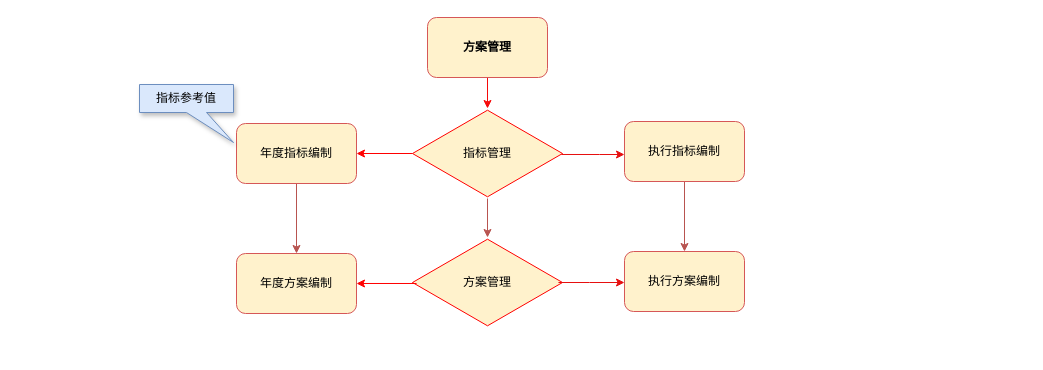
Earlier version of the draw.io diagram 资源调控.drawio (jetluo/jetluo.github.io). Source tidied: cells renumbered, new cells numbered last; positions are measured from the earlier drawing's top-left corner, leaving out a move shared by most shapes. Both pictures are drawn from the tidied source at 100%, with x=0, y=0 at pixel (139, 17).
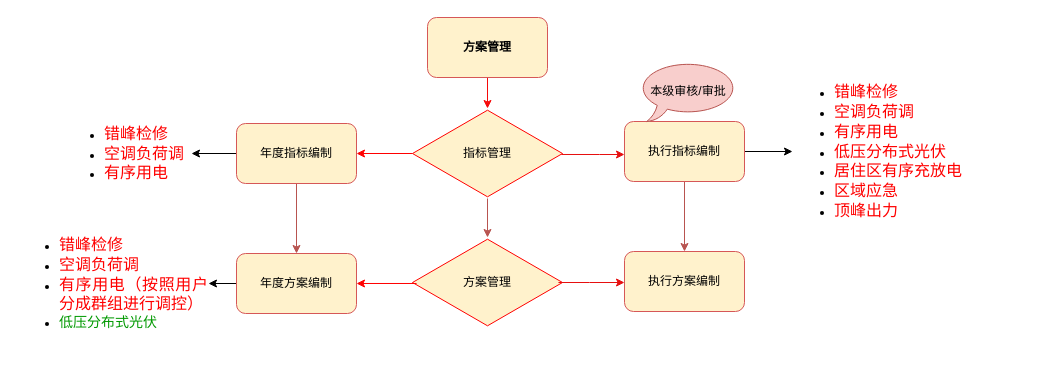
Above is the later version.

Commit message:
更新资源调控.drawio

The change refers to these unchanged cells:
```xml
<mxCell id="9" value="年度指标编制" style="rounded=1;whiteSpace=wrap;html=1;fillColor=#fff2cc;strokeColor=light-dark(#d65757, #6d5100);" parent="1" vertex="1">
  <mxGeometry x="97" y="106" width="120" height="60" as="geometry" />
</mxCell>
<mxCell id="11" value="执行指标编制" style="rounded=1;whiteSpace=wrap;html=1;fillColor=#fff2cc;strokeColor=light-dark(#d65757, #6d5100);" parent="1" vertex="1">
  <mxGeometry x="485" y="104" width="120" height="60" as="geometry" />
</mxCell>
<mxCell id="16" value="年度方案编制" style="rounded=1;whiteSpace=wrap;html=1;fillColor=#fff2cc;strokeColor=light-dark(#d65757, #6d5100);" parent="1" vertex="1">
  <mxGeometry x="97" y="236" width="120" height="60" as="geometry" />
</mxCell>
```

Diff of the diagram source:
```diff
@@
+    <mxCell id="18" style="edgeStyle=orthogonalEdgeStyle;rounded=0;jettySize=auto;html=1;" parent="1" edge="1" source="9" target="22">
+      <mxGeometry relative="1" as="geometry" />
+    </mxCell>
@@
+    <mxCell id="19" style="edgeStyle=orthogonalEdgeStyle;rounded=0;jettySize=auto;html=1;" parent="1" edge="1" source="11" target="24">
+      <mxGeometry relative="1" as="geometry" />
+    </mxCell>
@@
-    <mxCell id="12" value="指标参考值" style="shape=callout;whiteSpace=wrap;html=1;perimeter=calloutPerimeter;position2=1;shadow=1;fillColor=#dae8fc;strokeColor=#6c8ebf;" parent="1" vertex="1">
-      <mxGeometry y="67" width="94" height="58" as="geometry" />
-    </mxCell>
@@
+    <mxCell id="20" style="edgeStyle=orthogonalEdgeStyle;rounded=0;jettySize=auto;html=1;entryX=1;entryY=0.5;entryDx=0;entryDy=0;" parent="1" edge="1" source="16" target="23">
+      <mxGeometry relative="1" as="geometry" />
+    </mxCell>
@@
+    <mxCell id="21" value="本级审核/审批" style="whiteSpace=wrap;html=1;shape=mxgraph.basic.oval_callout;fillColor=#f8cecc;strokeColor=#b85450;" parent="1" vertex="1">
+      <mxGeometry x="499" y="44" width="100" height="60" as="geometry" />
+    </mxCell>
+    <mxCell id="22" value="&lt;ul&gt;&lt;li&gt;&lt;p style=&quot;margin: 0pt 0pt 0.0001pt; text-align: justify; font-family: &amp;quot;Times New Roman&amp;quot;; font-size: 10.5pt;&quot; class=&quot;MsoNormal&quot;&gt;&lt;span style=&quot;font-size: 12pt;&quot;&gt;&lt;font style=&quot;color: rgb(255, 0, 0);&quot; face=&quot;宋体&quot;&gt;错峰检修&lt;/font&gt;&lt;/span&gt;&lt;/p&gt;&lt;/li&gt;&lt;li&gt;&lt;p style=&quot;margin: 0pt 0pt 0.0001pt; text-align: justify; font-family: &amp;quot;Times New Roman&amp;quot;; font-size: 10.5pt;&quot; class=&quot;MsoNormal&quot;&gt;&lt;span style=&quot;font-size: 12pt;&quot;&gt;&lt;font style=&quot;color: rgb(255, 0, 0);&quot; face=&quot;宋体&quot;&gt;空调负荷调&lt;/font&gt;&lt;/span&gt;&lt;/p&gt;&lt;/li&gt;&lt;li&gt;&lt;p style=&quot;margin: 0pt 0pt 0.0001pt; text-align: justify; font-family: &amp;quot;Times New Roman&amp;quot;; font-size: 10.5pt;&quot; class=&quot;MsoNormal&quot;&gt;&lt;span style=&quot;font-size: 12pt;&quot;&gt;&lt;font style=&quot;color: rgb(255, 0, 0);&quot; face=&quot;宋体&quot;&gt;有序用电&lt;/font&gt;&lt;/span&gt;&lt;/p&gt;&lt;/li&gt;&lt;/ul&gt;" style="text;strokeColor=none;fillColor=none;html=1;whiteSpace=wrap;verticalAlign=middle;overflow=hidden;" parent="1" vertex="1">
+      <mxGeometry x="-77" y="92" width="129" height="88" as="geometry" />
+    </mxCell>
+    <mxCell id="23" value="&lt;ul&gt;&lt;li&gt;&lt;p style=&quot;margin: 0pt 0pt 0.0001pt; text-align: justify; font-family: &amp;quot;Times New Roman&amp;quot;; font-size: 10.5pt;&quot; class=&quot;MsoNormal&quot;&gt;&lt;span style=&quot;font-size: 12pt;&quot;&gt;&lt;font style=&quot;color: rgb(255, 0, 0);&quot; face=&quot;宋体&quot;&gt;错峰检修&lt;/font&gt;&lt;/span&gt;&lt;/p&gt;&lt;/li&gt;&lt;li&gt;&lt;p style=&quot;margin: 0pt 0pt 0.0001pt; text-align: justify; font-family: &amp;quot;Times New Roman&amp;quot;; font-size: 10.5pt;&quot; class=&quot;MsoNormal&quot;&gt;&lt;span style=&quot;font-size: 12pt;&quot;&gt;&lt;font style=&quot;color: rgb(255, 0, 0);&quot; face=&quot;宋体&quot;&gt;空调负荷调&lt;/font&gt;&lt;/span&gt;&lt;/p&gt;&lt;/li&gt;&lt;li&gt;&lt;p style=&quot;margin: 0pt 0pt 0.0001pt; text-align: justify; font-family: &amp;quot;Times New Roman&amp;quot;; font-size: 10.5pt;&quot; class=&quot;MsoNormal&quot;&gt;&lt;span style=&quot;font-size: 12pt;&quot;&gt;&lt;font style=&quot;color: rgb(255, 0, 0);&quot; face=&quot;宋体&quot;&gt;有序用电（按照用户分成群组进行调控）&lt;/font&gt;&lt;/span&gt;&lt;/p&gt;&lt;/li&gt;&lt;li&gt;&lt;p style=&quot;margin: 0pt 0pt 0.0001pt; text-align: justify; font-family: &amp;quot;Times New Roman&amp;quot;; font-size: 10.5pt;&quot; class=&quot;MsoNormal&quot;&gt;&lt;span style=&quot;font-size: 12pt;&quot;&gt;&lt;font style=&quot;color: rgb(0, 153, 0);&quot; face=&quot;宋体&quot;&gt;&lt;/font&gt;&lt;/span&gt;&lt;/p&gt;&lt;p style=&quot;margin: 0pt 0pt 0.0001pt; text-align: justify; font-family: &amp;quot;Times New Roman&amp;quot;; font-size: 10.5pt;&quot; class=&quot;MsoNormal&quot;&gt;&lt;span style=&quot;font-size: 10.5pt;&quot;&gt;&lt;font style=&quot;color: rgb(0, 153, 0);&quot; face=&quot;宋体&quot;&gt;低压分布式光伏&lt;/font&gt;&lt;/span&gt;&lt;/p&gt;&lt;/li&gt;&lt;/ul&gt;" style="text;strokeColor=none;fillColor=none;html=1;whiteSpace=wrap;verticalAlign=middle;overflow=hidden;" parent="1" vertex="1">
+      <mxGeometry x="-122" y="196.5" width="191" height="139" as="geometry" />
+    </mxCell>
+    <mxCell id="24" value="&lt;ul&gt;&lt;li&gt;&lt;p style=&quot;margin: 0pt 0pt 0.0001pt; text-align: justify; font-family: &amp;quot;Times New Roman&amp;quot;; font-size: 10.5pt;&quot; class=&quot;MsoNormal&quot;&gt;&lt;span style=&quot;font-size: 12pt;&quot;&gt;&lt;font style=&quot;color: rgb(255, 0, 0);&quot; face=&quot;宋体&quot;&gt;错峰检修&lt;/font&gt;&lt;/span&gt;&lt;/p&gt;&lt;/li&gt;&lt;li&gt;&lt;p style=&quot;margin: 0pt 0pt 0.0001pt; text-align: justify; font-family: &amp;quot;Times New Roman&amp;quot;; font-size: 10.5pt;&quot; class=&quot;MsoNormal&quot;&gt;&lt;span style=&quot;font-size: 12pt;&quot;&gt;&lt;font style=&quot;color: rgb(255, 0, 0);&quot; face=&quot;宋体&quot;&gt;空调负荷调&lt;/font&gt;&lt;/span&gt;&lt;/p&gt;&lt;/li&gt;&lt;li&gt;&lt;p style=&quot;margin: 0pt 0pt 0.0001pt; text-align: justify; font-family: &amp;quot;Times New Roman&amp;quot;; font-size: 10.5pt;&quot; class=&quot;MsoNormal&quot;&gt;&lt;span style=&quot;font-size: 12pt;&quot;&gt;&lt;font style=&quot;color: rgb(255, 0, 0);&quot; face=&quot;宋体&quot;&gt;有序用电&lt;/font&gt;&lt;/span&gt;&lt;/p&gt;&lt;/li&gt;&lt;li&gt;&lt;p style=&quot;margin: 0pt 0pt 0.0001pt; text-align: justify; font-family: &amp;quot;Times New Roman&amp;quot;; font-size: 10.5pt;&quot; class=&quot;MsoNormal&quot;&gt;&lt;span style=&quot;font-size: 12pt;&quot;&gt;&lt;font style=&quot;color: rgb(255, 0, 0);&quot; face=&quot;宋体&quot;&gt;低压分布式光伏&lt;/font&gt;&lt;/span&gt;&lt;/p&gt;&lt;/li&gt;&lt;li&gt;&lt;p style=&quot;margin: 0pt 0pt 0.0001pt; text-align: justify; font-family: &amp;quot;Times New Roman&amp;quot;; font-size: 10.5pt;&quot; class=&quot;MsoNormal&quot;&gt;&lt;span style=&quot;font-size: 12pt;&quot;&gt;&lt;font style=&quot;color: rgb(255, 0, 0);&quot; face=&quot;宋体&quot;&gt;居住区有序充放电&lt;/font&gt;&lt;/span&gt;&lt;/p&gt;&lt;/li&gt;&lt;li&gt;&lt;p style=&quot;margin: 0pt 0pt 0.0001pt; text-align: justify; font-family: &amp;quot;Times New Roman&amp;quot;; font-size: 10.5pt;&quot; class=&quot;MsoNormal&quot;&gt;&lt;span style=&quot;font-size: 12pt;&quot;&gt;&lt;font style=&quot;color: rgb(255, 0, 0);&quot; face=&quot;宋体&quot;&gt;区域应急&lt;/font&gt;&lt;/span&gt;&lt;/p&gt;&lt;/li&gt;&lt;li&gt;&lt;p style=&quot;margin: 0pt 0pt 0.0001pt; text-align: justify; font-family: &amp;quot;Times New Roman&amp;quot;; font-size: 10.5pt;&quot; class=&quot;MsoNormal&quot;&gt;&lt;span style=&quot;font-size: 12pt;&quot;&gt;&lt;font style=&quot;color: rgb(255, 0, 0);&quot; face=&quot;宋体&quot;&gt;顶峰出力&lt;/font&gt;&lt;/span&gt;&lt;/p&gt;&lt;/li&gt;&lt;/ul&gt;" style="text;strokeColor=none;fillColor=none;html=1;whiteSpace=wrap;verticalAlign=middle;overflow=hidden;" parent="1" vertex="1">
+      <mxGeometry x="653" y="46" width="234" height="176" as="geometry" />
+    </mxCell>
```
